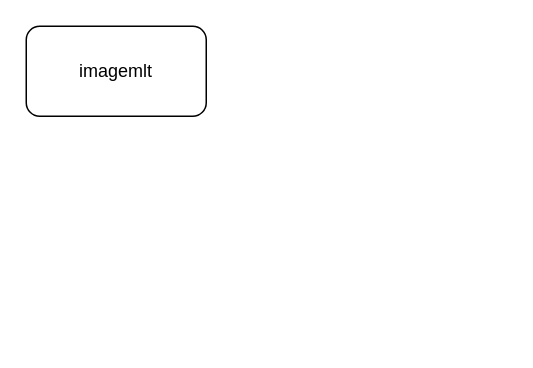
imagemlt/wyproxy keeps this draw.io diagram as Untitled Diagram.drawio. Above is the earlier version. Source tidied: cells renumbered, new cells numbered last; positions are measured from the earlier drawing's top-left corner, leaving out a move shared by most shapes. Both pictures are drawn from the tidied source at 150%, with x=0, y=0 at pixel (26, 26).
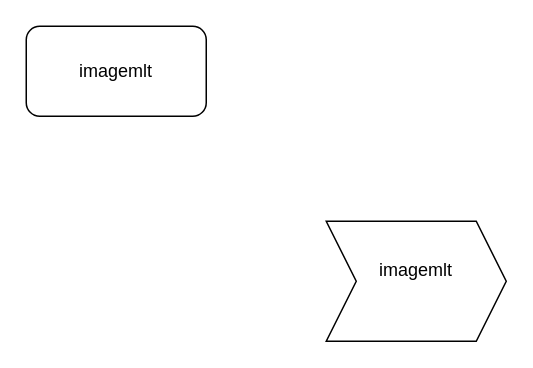
Above is the later version.

What changed in the source:
```diff
@@
 <mxGraphModel>
   <root>
     <mxCell id="0" />
     <mxCell id="1" parent="0" />
     <mxCell id="2" value="imagemlt" style="rounded=1;whiteSpace=wrap;html=1;" parent="1" vertex="1">
       <mxGeometry width="120" height="60" as="geometry" />
     </mxCell>
+    <mxCell id="3" value="imagemlt&lt;br&gt;&lt;br&gt;" style="shape=step;perimeter=stepPerimeter;whiteSpace=wrap;html=1;fixedSize=1;" parent="1" vertex="1">
+      <mxGeometry x="200" y="130" width="120" height="80" as="geometry" />
+    </mxCell>
   </root>
 </mxGraphModel>
```
